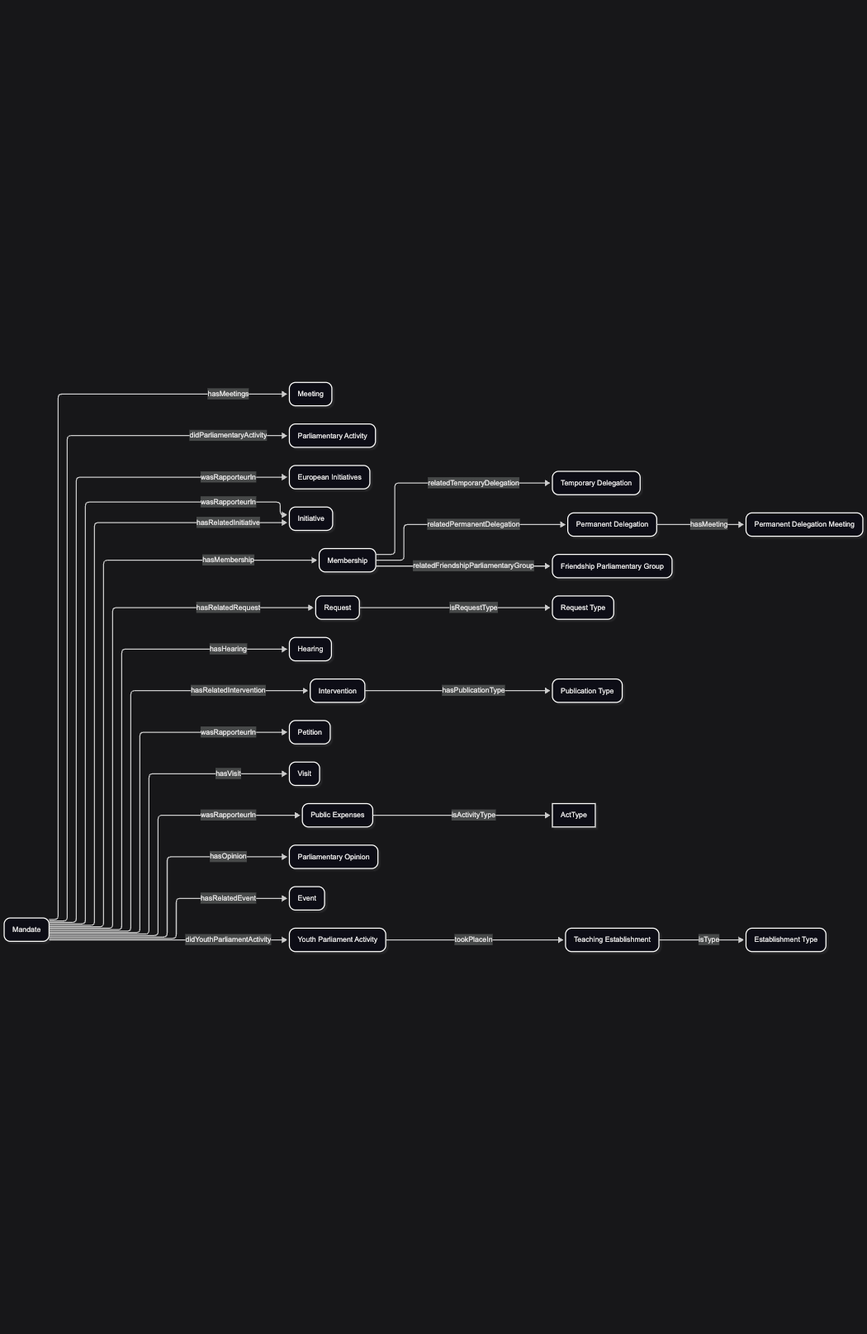
The Mermaid diagram OpenDataGOV-AP/DataModel/mp-activity/mp-activity.png in politrackpt/ontologies, before a commit. Its source is kept beside it as OpenDataGOV-AP/DataModel/mp-activity/mp-activity.mermaid.
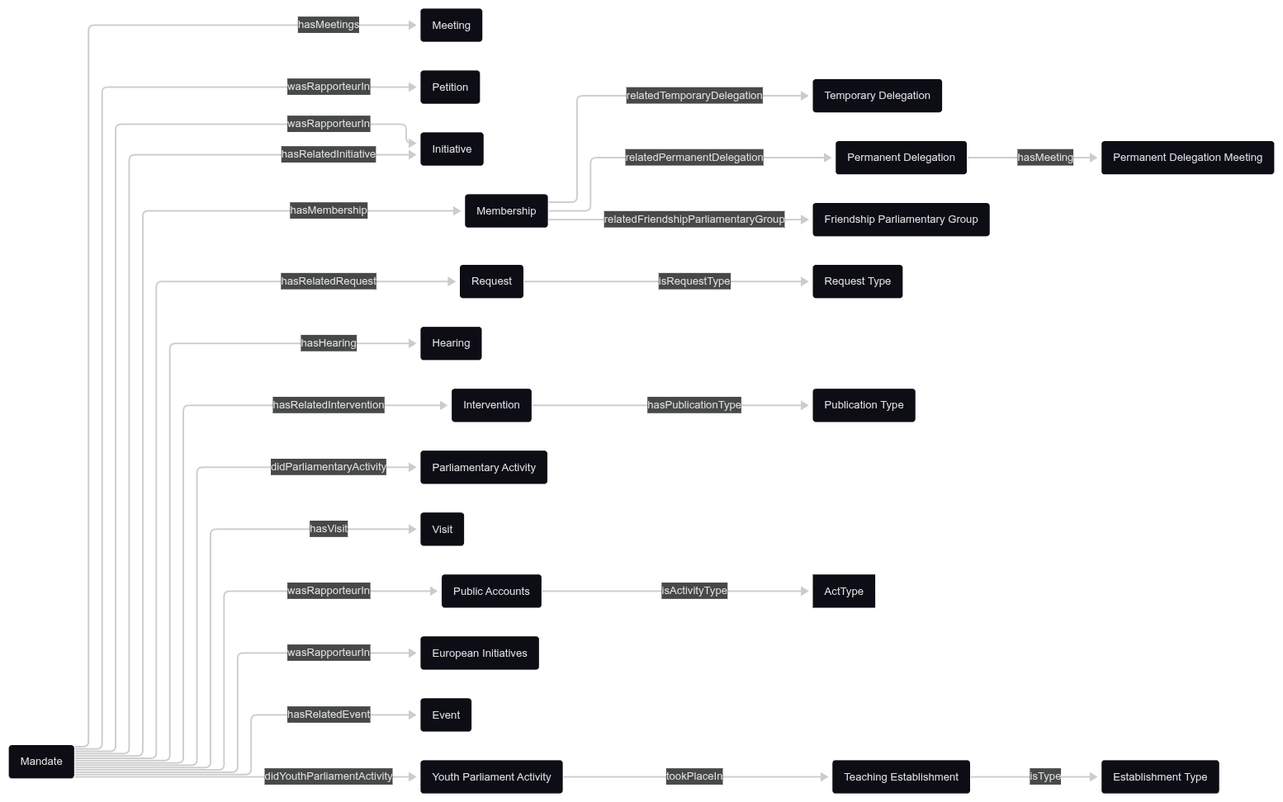
The same file after the commit.

Commit message:
AP: remove mp opinions since that data does not exist

What changed in the source:
```diff
@@ -13,7 +13,6 @@
     Pet("Petition")
     PE("Public Accounts")
     EUINI("European Initiatives")
-    Opi("Parliamentary Opinion")
     Event("Event")
     Visit("Visit")
     Meet("Meeting")
@@ -35,7 +34,6 @@
     Mandate -- didParliamentaryActivity --> PAct
     Mandate -- wasRapporteurIn --> Ini & Pet & PE & EUINI
     PE -- isActivityType --> ActType
-    Mandate -- hasOpinion --> Opi
     Mandate -- hasRelatedEvent --> Event
     Mandate -- hasVisit --> Visit
     Mandate -- hasMeetings --> Meet
```
